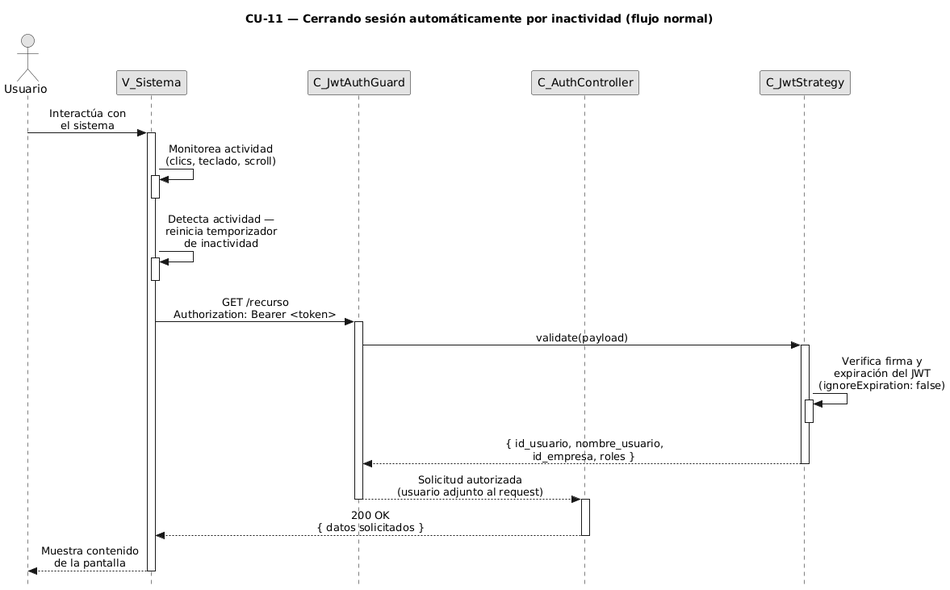
FSM-Finet-y-Cable-Magico/Team_1-Inventario-y-Bodega keeps this PlantUML diagram as diagramas-secuencia/CU11/CU11-normal.png. Above is the earlier version.
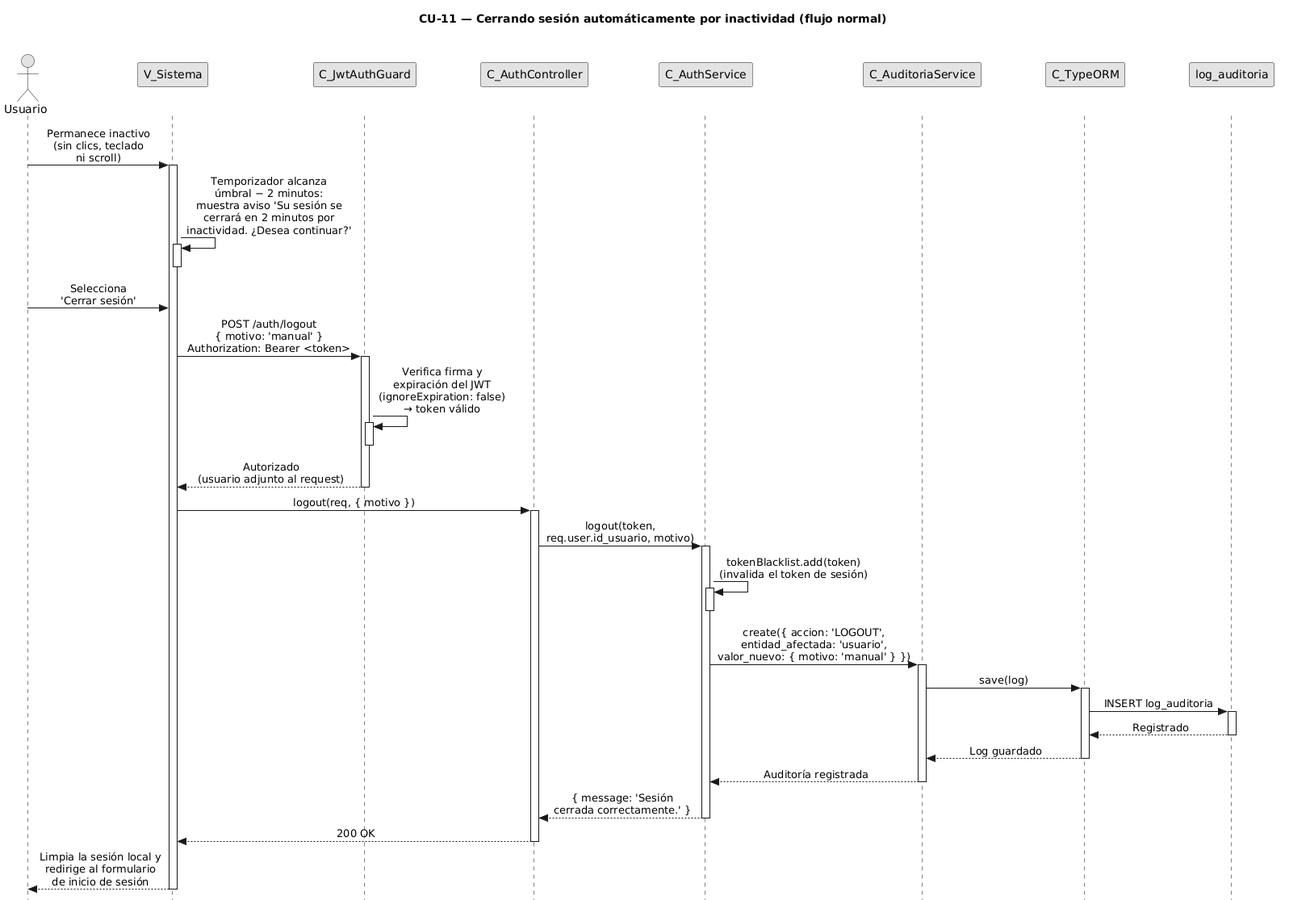
After the commit.

Diff of the diagram source:
```diff
@@ -5,8 +5,16 @@
 skinparam monochrome true
 skinparam shadowing false
 skinparam sequenceMessageAlign center
-skinparam ParticipantPadding 70
-skinparam ActorPadding 30
+<style>
+sequenceDiagram {
+  participant {
+    Margin 35
+  }
+  actor {
+    Margin 15
+  }
+}
+</style>
 skinparam sequence {
   MessageAlign center
   LifeLineBorderColor black
@@ -17,40 +25,63 @@
 participant "V_Sistema" as view
 participant "C_JwtAuthGuard" as guard
 participant "C_AuthController" as ctrl
-participant "C_JwtStrategy" as strat
+participant "C_AuthService" as svc
+participant "C_AuditoriaService" as aud
+participant "C_TypeORM" as orm
+participant "log_auditoria" as aent
 
-user -> view : Interactúa con\nel sistema
+user -> view : Permanece inactivo\n(sin clics, teclado\nni scroll)
 activate view
 
-view -> view : Monitorea actividad\n(clics, teclado, scroll)
+view -> view : Temporizador alcanza\númbral − 2 minutos:\nmuestra aviso 'Su sesión se\ncerrará en 2 minutos por\ninactividad. ¿Desea continuar?'
 activate view
 deactivate view
 
-view -> view : Detecta actividad —\nreinicia temporizador\nde inactividad
-activate view
-deactivate view
-
-view -> guard : GET /recurso\nAuthorization: Bearer <token>
+user -> view : Selecciona\n'Cerrar sesión'
+view -> guard : POST /auth/logout\n{ motivo: 'manual' }\nAuthorization: Bearer <token>
 activate guard
 
-guard -> strat : validate(payload)
-activate strat
-
-strat -> strat : Verifica firma y\nexpiración del JWT\n(ignoreExpiration: false)
-activate strat
-deactivate strat
-
-strat --> guard : { id_usuario, nombre_usuario,\nid_empresa, roles }
-deactivate strat
-
-guard --> ctrl : Solicitud autorizada\n(usuario adjunto al request)
+guard -> guard : Verifica firma y\nexpiración del JWT\n(ignoreExpiration: false)\n→ token válido
+activate guard
 deactivate guard
 
+guard --> view : Autorizado\n(usuario adjunto al request)
+deactivate guard
+
+view -> ctrl : logout(req, { motivo })
 activate ctrl
-ctrl --> view : 200 OK\n{ datos solicitados }
+
+ctrl -> svc : logout(token,\nreq.user.id_usuario, motivo)
+activate svc
+
+svc -> svc : tokenBlacklist.add(token)\n(invalida el token de sesión)
+activate svc
+deactivate svc
+
+svc -> aud : create({ accion: 'LOGOUT',\nentidad_afectada: 'usuario',\nvalor_nuevo: { motivo: 'manual' } })
+activate aud
+
+aud -> orm : save(log)
+activate orm
+
+orm -> aent : INSERT log_auditoria
+activate aent
+aent --> orm : Registrado
+deactivate aent
+
+orm --> aud : Log guardado
+deactivate orm
+
+aud --> svc : Auditoría registrada
+deactivate aud
+
+svc --> ctrl : { message: 'Sesión\ncerrada correctamente.' }
+deactivate svc
+
+ctrl --> view : 200 OK
 deactivate ctrl
 
-view --> user : Muestra contenido\nde la pantalla
+view --> user : Limpia la sesión local y\nredirige al formulario\nde inicio de sesión
 deactivate view
 
 @enduml
```
